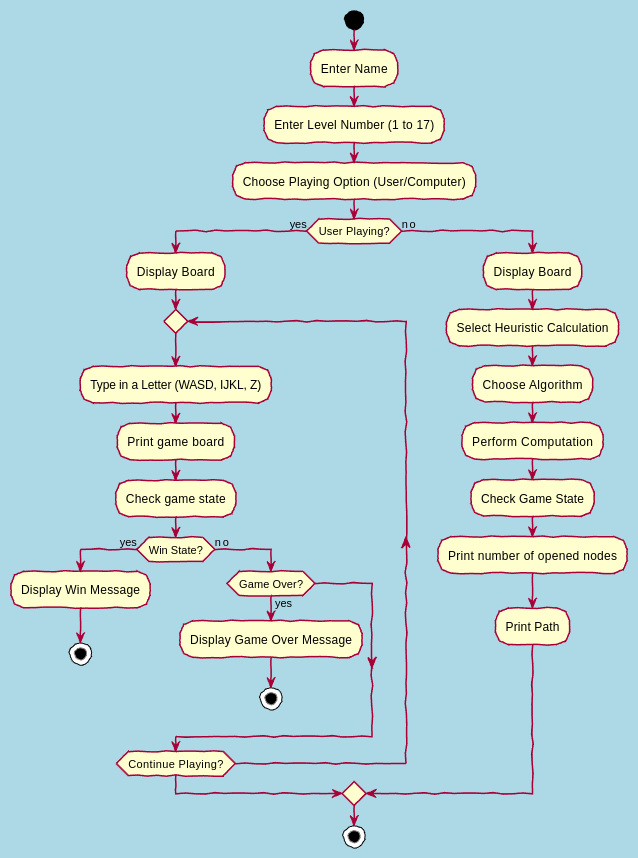
susalulmumaO12/cppMiniPrograms keeps this PlantUML diagram as Brainy_Warrior/screenshot/flowchart.png. Above is the earlier version. Its source is kept beside it as Brainy_Warrior/screenshot/flowchart.plantuml.
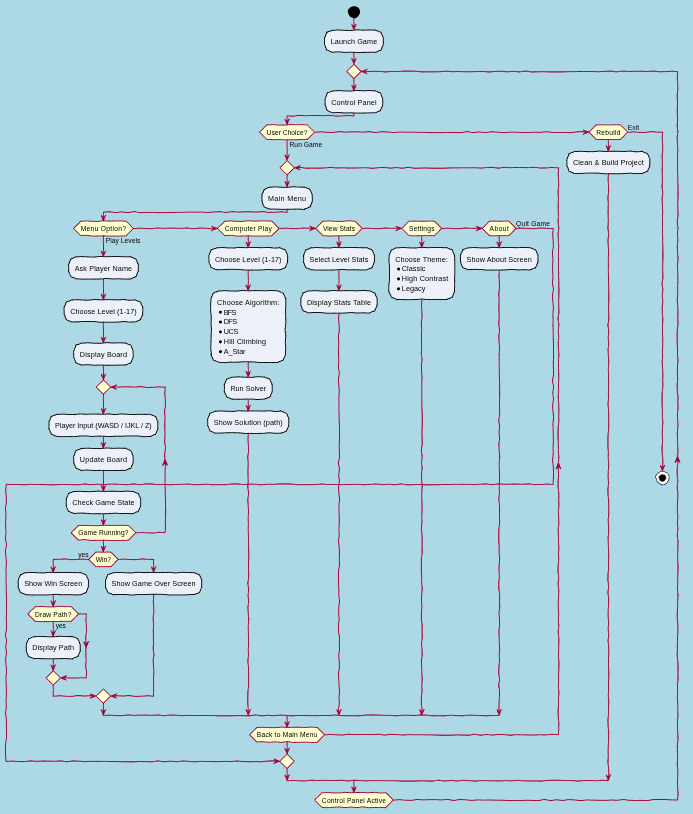
After the change.

Change to the diagram source:
```diff
@@ -1,42 +1,81 @@
 @startuml
-!define RECTANGLE_COLOR #ADD8E6
 skinparam {
+    BackgroundColor #ADD8E6
+    BorderColor Black
+    Shadowing false
     Handwritten true
-    Shadowing false
-    BackgroundColor RECTANGLE_COLOR
-    BorderColor black
+    Activity {
+        BackgroundColor #ecf1f9ff
+        BorderColor Black
+    }
 }
 
 start
 
-:Enter Name;
-:Enter Level Number (1 to 17);
-:Choose Playing Option (User/Computer);
-if (User Playing?) then (yes)
-    :Display Board;
-    repeat
-        :Type in a Letter (WASD, IJKL, Z);
-        :Print game board;
-        :Check game state;
-        if (Win State?) then (yes)
-            :Display Win Message;
-            stop
-        else (no)
-            if (Game Over?) then (yes)
-                :Display Game Over Message;
-                stop
+:Launch Game;
+
+repeat
+    :Control Panel;
+    if (User Choice?) then (Run Game)
+
+        repeat
+            :Main Menu;
+            if (Menu Option?) then (Play Levels)
+
+                :Ask Player Name;
+                :Choose Level (1-17);
+                    :Display Board;
+                    repeat
+                        :Player Input (WASD / IJKL / Z);
+                        :Update Board;
+                        :Check Game State;
+                    repeat while (Game Running?)
+
+                    if (Win?) then (yes)
+                        :Show Win Screen;
+                        if (Draw Path?) then (yes)
+                            :Display Path;
+                        endif
+                    else
+                        :Show Game Over Screen;
+                    endif
+
+            elseif (Computer Play)
+                :Choose Level (1-17);
+                :Choose Algorithm:
+                *BFS
+                *DFS
+                *UCS
+                *Hill Climbing
+                *A_Star;
+                :Run Solver;
+                :Show Solution (path);
+
+            elseif (View Stats)
+                :Select Level Stats;
+                :Display Stats Table;
+
+            elseif (Settings)
+                :Choose Theme:
+                *Classic
+                *High Contrast
+                *Legacy;
+
+            elseif (About)
+                :Show About Screen;
+
+            else (Quit Game)
+                break
             endif
-        endif
-    repeat while (Continue Playing?)
-else (no)
-    :Display Board;
-    :Select Heuristic Calculation;
-    :Choose Algorithm;
-    :Perform Computation;
-    :Check Game State;
-    :Print number of opened nodes;
-    :Print Path;
-endif
 
-stop
+        repeat while (Back to Main Menu)
+
+    elseif (Rebuild)
+        :Clean & Build Project;
+    else (Exit)
+        stop
+    endif
+
+repeat while (Control Panel Active)
+
 @enduml
```
